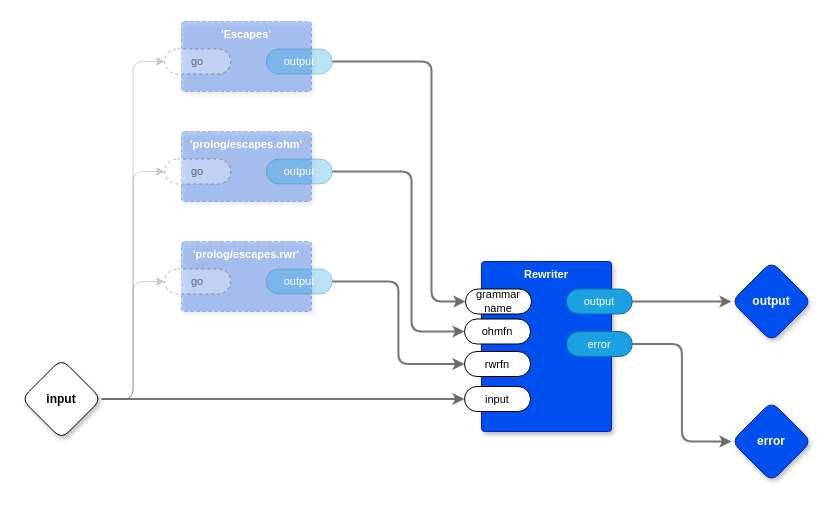
The draw.io diagram page "Escape Whitespace" (4 of 11) of loop-syntax.drawio in guitarvydas/loop-syntax, before the edit. Source tidied: cells renumbered, new cells numbered last; positions are measured from the earlier drawing's top-left corner, leaving out a move shared by most shapes. Both pictures are drawn from the tidied source at 100%, with x=0, y=0 at pixel (21, 21).
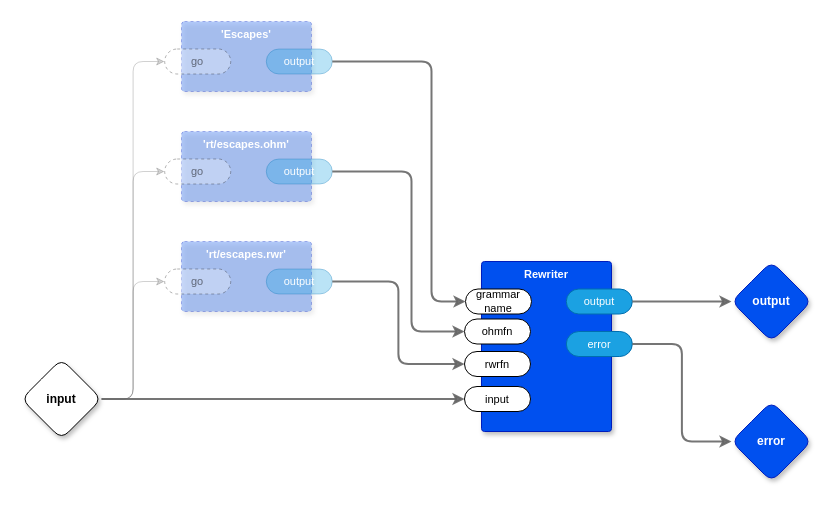
The same page after the edit.

The edit, as a diff of the source:
```diff
@@
-    <mxCell id="2" value="'prolog/escapes.rwr'" style="rounded=1;whiteSpace=wrap;html=1;sketch=0;verticalAlign=top;arcSize=6;fontStyle=1;absoluteArcSize=1;shadow=1;strokeColor=#001DBC;fillColor=#0050ef;fontColor=#ffffff;fontFamily=Helvetica;fontSize=11;dashed=1;opacity=30;" parent="1" vertex="1">
+    <mxCell id="2" value="'rt/escapes.rwr'" style="rounded=1;whiteSpace=wrap;html=1;sketch=0;verticalAlign=top;arcSize=6;fontStyle=1;absoluteArcSize=1;shadow=1;strokeColor=#001DBC;fillColor=#0050ef;fontColor=#ffffff;fontFamily=Helvetica;fontSize=11;dashed=1;opacity=30;" parent="1" vertex="1">
       <mxGeometry x="160" y="220" width="130" height="70" as="geometry" />
     </mxCell>
@@
-    <mxCell id="5" value="'prolog/escapes.ohm'" style="rounded=1;whiteSpace=wrap;html=1;sketch=0;verticalAlign=top;arcSize=6;fontStyle=1;absoluteArcSize=1;shadow=1;strokeColor=#001DBC;fillColor=#0050ef;fontColor=#ffffff;fontFamily=Helvetica;fontSize=11;dashed=1;opacity=30;" parent="1" vertex="1">
+    <mxCell id="5" value="'rt/escapes.ohm'" style="rounded=1;whiteSpace=wrap;html=1;sketch=0;verticalAlign=top;arcSize=6;fontStyle=1;absoluteArcSize=1;shadow=1;strokeColor=#001DBC;fillColor=#0050ef;fontColor=#ffffff;fontFamily=Helvetica;fontSize=11;dashed=1;opacity=30;" parent="1" vertex="1">
       <mxGeometry x="160" y="110" width="130" height="70" as="geometry" />
     </mxCell>
```
